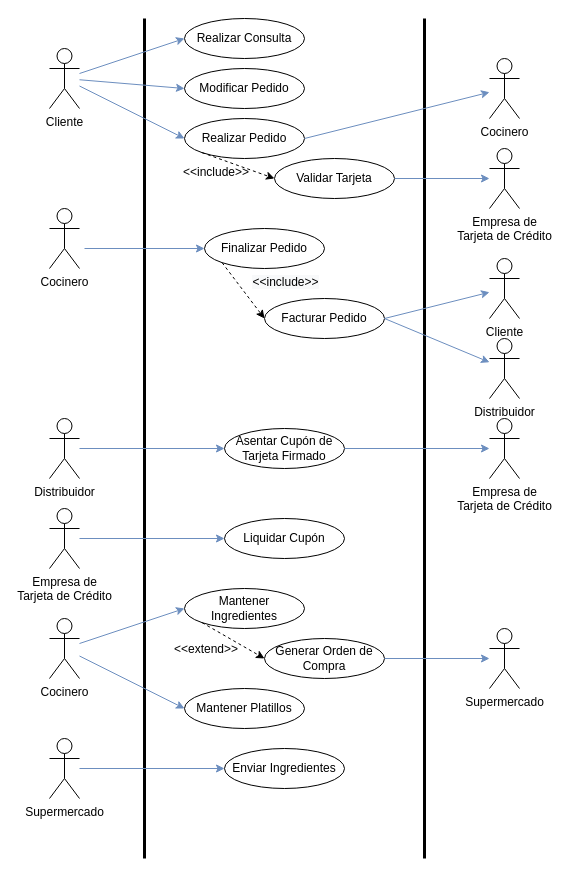
Before: TP1/diagramas/casos de uso/diag.drawio in mauro7x/aninfo, a draw.io diagram. Source tidied: cells renumbered, new cells numbered last; positions are measured from the earlier drawing's top-left corner, leaving out a move shared by most shapes. Both pictures are drawn from the tidied source at 100%, with x=0, y=0 at pixel (49, 18).
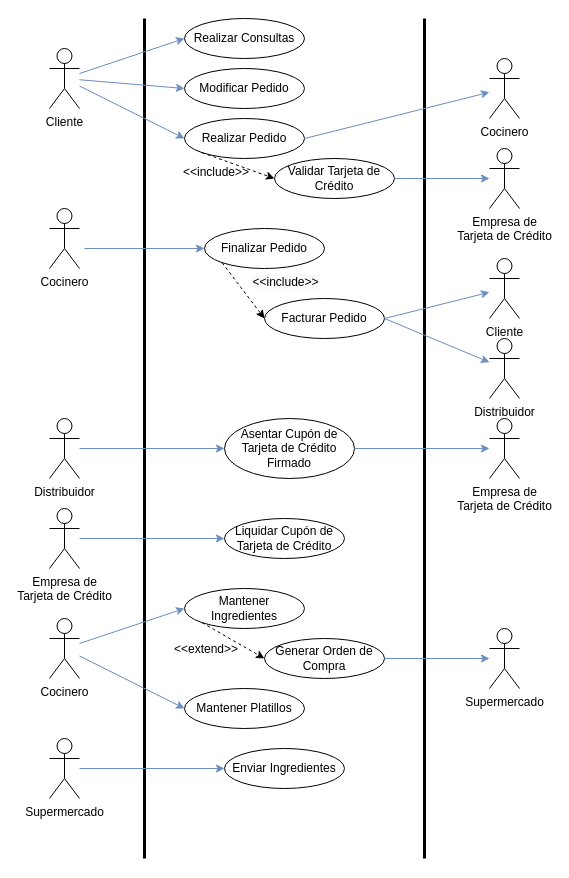
The same page after the edit.

Diff of the diagram source:
```diff
@@
-    <mxCell id="5" value="Realizar Consulta" style="ellipse;whiteSpace=wrap;html=1;strokeWidth=1;fontSize=12;" parent="1" vertex="1">
+    <mxCell id="5" value="Realizar Consultas" style="ellipse;whiteSpace=wrap;html=1;strokeWidth=1;fontSize=12;" parent="1" vertex="1">
       <mxGeometry x="135" width="120" height="40" as="geometry" />
     </mxCell>
@@
-    <mxCell id="14" value="Validar Tarjeta" style="ellipse;whiteSpace=wrap;html=1;strokeWidth=1;fontSize=12;" parent="1" vertex="1">
+    <mxCell id="14" value="Validar Tarjeta de Crédito" style="ellipse;whiteSpace=wrap;html=1;strokeWidth=1;fontSize=12;" parent="1" vertex="1">
       <mxGeometry x="225" y="140" width="120" height="40" as="geometry" />
     </mxCell>
@@
-    <mxCell id="33" value="Asentar Cupón de Tarjeta Firmado" style="ellipse;whiteSpace=wrap;html=1;strokeWidth=1;fontSize=12;" parent="1" vertex="1">
-      <mxGeometry x="175" y="410" width="120" height="40" as="geometry" />
+    <mxCell id="33" value="Asentar Cupón de Tarjeta de Crédito Firmado" style="ellipse;whiteSpace=wrap;html=1;strokeWidth=1;fontSize=12;" parent="1" vertex="1">
+      <mxGeometry x="175" y="400" width="130" height="60" as="geometry" />
     </mxCell>
@@
-    <mxCell id="36" value="Liquidar Cupón" style="ellipse;whiteSpace=wrap;html=1;strokeWidth=1;fontSize=12;" parent="1" vertex="1">
+    <mxCell id="36" value="Liquidar Cupón de Tarjeta de Crédito" style="ellipse;whiteSpace=wrap;html=1;strokeWidth=1;fontSize=12;" parent="1" vertex="1">
       <mxGeometry x="175" y="500" width="120" height="40" as="geometry" />
     </mxCell>
```
